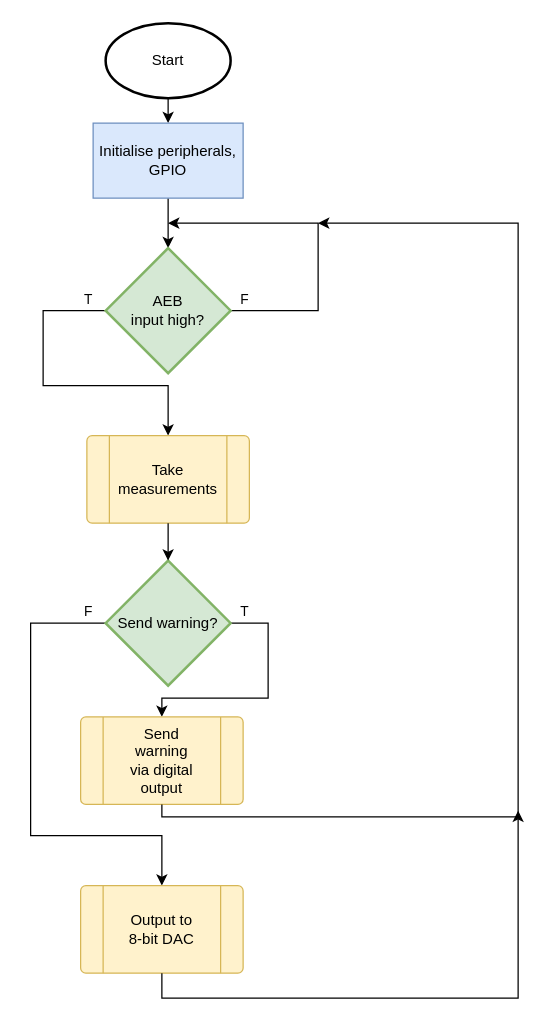
Earlier version of the draw.io diagram page "high_level" (1 of 2) of braking.drawio (Jiarong-Zhang/a2_braking). Source tidied: cells renumbered, new cells numbered last; positions are measured from the earlier drawing's top-left corner, leaving out a move shared by most shapes. Both pictures are drawn from the tidied source at 125%, with x=0, y=0 at pixel (30, 22).
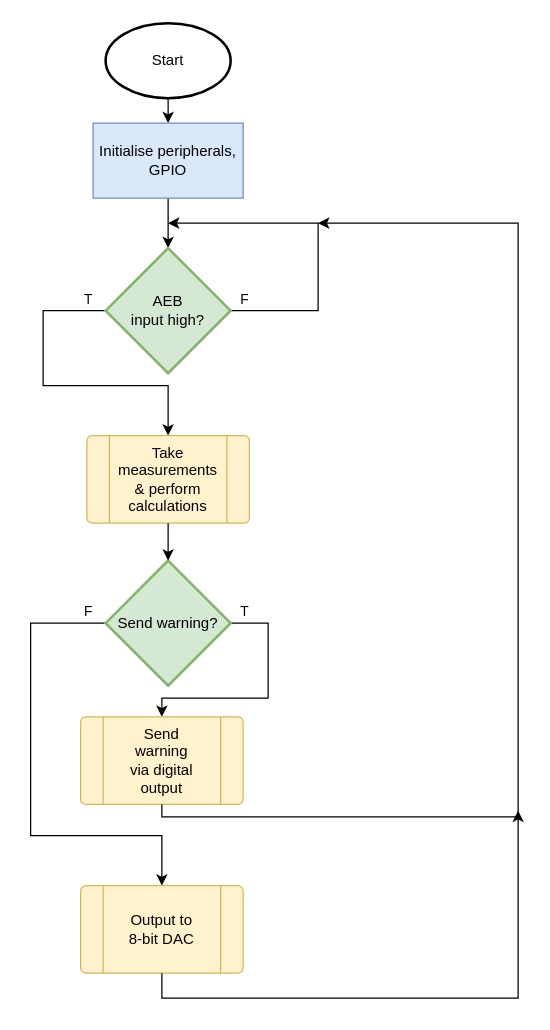
The same diagram, later.

Unchanged cells that the change refers to:
```xml
<mxCell id="11" style="group;" parent="1" vertex="1">
  <mxGeometry x="45" y="330" width="130" height="70" as="geometry" />
</mxCell>
```

The edit, as a diff of the source:
```diff
@@
-    <mxCell id="13" value="&lt;div&gt;Take measurements&lt;/div&gt;" style="text;html=1;strokeColor=none;fillColor=none;align=center;verticalAlign=middle;whiteSpace=wrap;rounded=0;" parent="11" vertex="1">
+    <mxCell id="13" value="&lt;div&gt;Take measurements &amp;amp; perform calculations&lt;/div&gt;" style="text;html=1;strokeColor=none;fillColor=none;align=center;verticalAlign=middle;whiteSpace=wrap;rounded=0;" parent="11" vertex="1">
       <mxGeometry x="35" y="20" width="60" height="30" as="geometry" />
     </mxCell>
```
